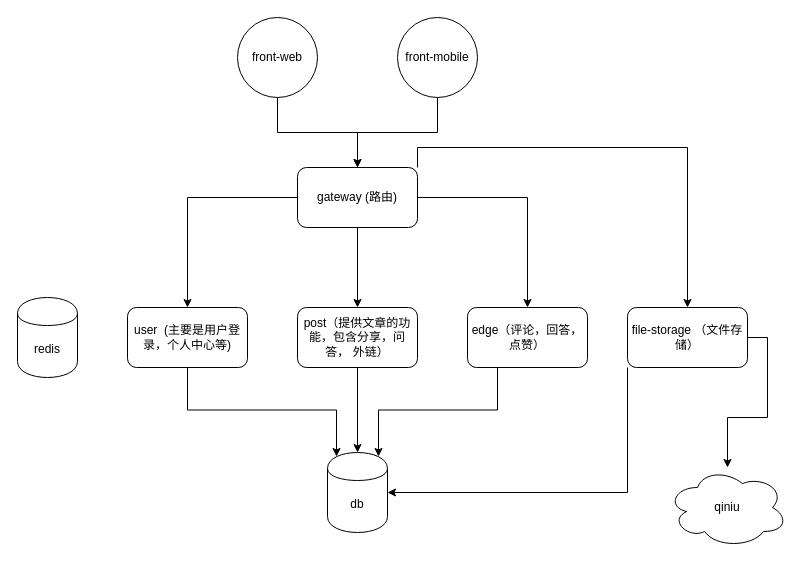
Before: img/workcenter.drawio in Damon-LiuZhiJun/DamonNotes, a draw.io diagram. Source tidied: cells renumbered, new cells numbered last; positions are measured from the earlier drawing's top-left corner, leaving out a move shared by most shapes. Both pictures are drawn from the tidied source at 100%, with x=0, y=0 at pixel (17, 17).
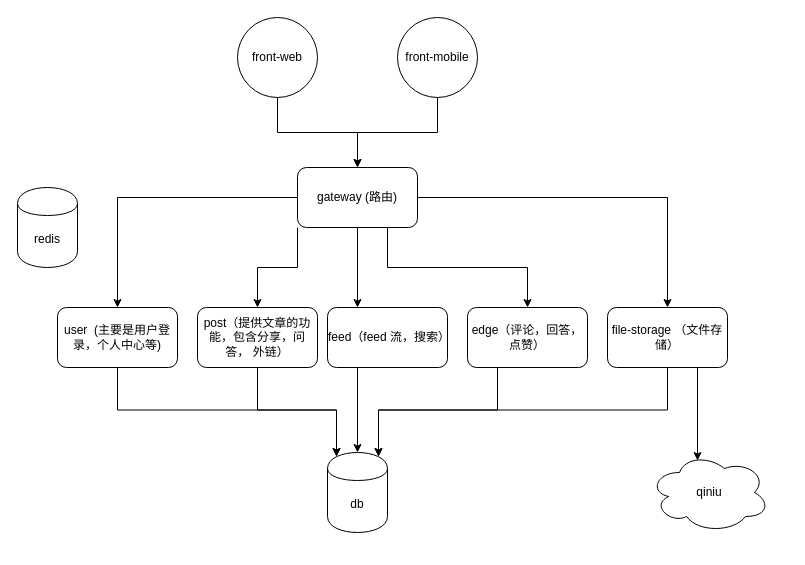
After the change.

Unchanged cells that the change refers to:
```xml
<mxCell id="6" value="gateway (路由)" style="rounded=1;whiteSpace=wrap;html=1;" parent="1" vertex="1">
  <mxGeometry x="280" y="150" width="120" height="60" as="geometry" />
</mxCell>
<mxCell id="8" value="edge（评论，回答，点赞）" style="rounded=1;whiteSpace=wrap;html=1;" parent="1" vertex="1">
  <mxGeometry x="450" y="290" width="120" height="60" as="geometry" />
</mxCell>
<mxCell id="19" value="db" style="shape=cylinder;whiteSpace=wrap;html=1;boundedLbl=1;backgroundOutline=1;" parent="1" vertex="1">
  <mxGeometry x="310" y="435" width="60" height="80" as="geometry" />
</mxCell>
```

Change to the diagram source:
```diff
@@
-    <mxCell id="3" style="edgeStyle=orthogonalEdgeStyle;rounded=0;jettySize=auto;html=1;" parent="1" edge="1" source="6" target="10">
+    <mxCell id="3" style="edgeStyle=orthogonalEdgeStyle;rounded=0;jettySize=auto;html=1;exitX=0;exitY=1;exitDx=0;exitDy=0;" parent="1" edge="1" source="6" target="10">
       <mxGeometry relative="1" as="geometry" />
     </mxCell>
+    <mxCell id="23" style="edgeStyle=orthogonalEdgeStyle;rounded=0;jettySize=auto;html=1;exitX=0.5;exitY=1;exitDx=0;exitDy=0;entryX=0.25;entryY=0;entryDx=0;entryDy=0;" parent="1" edge="1" source="6" target="25">
+      <mxGeometry relative="1" as="geometry" />
+    </mxCell>
-    <mxCell id="4" style="edgeStyle=orthogonalEdgeStyle;rounded=0;jettySize=auto;html=1;" parent="1" edge="1" source="6" target="8">
+    <mxCell id="4" style="edgeStyle=orthogonalEdgeStyle;rounded=0;jettySize=auto;html=1;exitX=0.75;exitY=1;exitDx=0;exitDy=0;entryX=0.5;entryY=0;entryDx=0;entryDy=0;" parent="1" edge="1" source="6" target="8">
       <mxGeometry relative="1" as="geometry" />
     </mxCell>
-    <mxCell id="5" style="edgeStyle=orthogonalEdgeStyle;rounded=0;jettySize=auto;html=1;exitX=1;exitY=0;exitDx=0;exitDy=0;" parent="1" edge="1" source="6" target="22">
+    <mxCell id="5" style="edgeStyle=orthogonalEdgeStyle;rounded=0;jettySize=auto;html=1;exitX=1;exitY=0.5;exitDx=0;exitDy=0;entryX=0.5;entryY=0;entryDx=0;entryDy=0;" parent="1" edge="1" source="6" target="22">
       <mxGeometry relative="1" as="geometry" />
     </mxCell>
@@
-    <mxCell id="9" style="edgeStyle=orthogonalEdgeStyle;rounded=0;jettySize=auto;html=1;exitX=0.5;exitY=1;exitDx=0;exitDy=0;entryX=0.5;entryY=0;entryDx=0;entryDy=0;" parent="1" edge="1" source="10" target="19">
+    <mxCell id="9" style="edgeStyle=orthogonalEdgeStyle;rounded=0;jettySize=auto;html=1;exitX=0.5;exitY=1;exitDx=0;exitDy=0;entryX=0.15;entryY=0.05;entryDx=0;entryDy=0;entryPerimeter=0;" parent="1" edge="1" source="10" target="19">
       <mxGeometry relative="1" as="geometry" />
     </mxCell>
     <mxCell id="10" value="post（提供文章的功能，包含分享，问答， 外链）" style="rounded=1;whiteSpace=wrap;html=1;" parent="1" vertex="1">
-      <mxGeometry x="280" y="290" width="120" height="60" as="geometry" />
+      <mxGeometry x="180" y="290" width="120" height="60" as="geometry" />
     </mxCell>
+    <mxCell id="24" style="edgeStyle=orthogonalEdgeStyle;rounded=0;jettySize=auto;html=1;exitX=0.25;exitY=1;exitDx=0;exitDy=0;" parent="1" edge="1" source="25" target="19">
+      <mxGeometry relative="1" as="geometry" />
+    </mxCell>
+    <mxCell id="25" value="feed（feed 流，搜索）" style="rounded=1;whiteSpace=wrap;html=1;" parent="1" vertex="1">
+      <mxGeometry x="310" y="290" width="120" height="60" as="geometry" />
+    </mxCell>
@@
     <mxCell id="12" value="user&amp;nbsp; (主要是用户登录，个人中心等)" style="rounded=1;whiteSpace=wrap;html=1;" parent="1" vertex="1">
-      <mxGeometry x="110" y="290" width="120" height="60" as="geometry" />
+      <mxGeometry x="40" y="290" width="120" height="60" as="geometry" />
     </mxCell>
@@
     <mxCell id="17" value="redis" style="shape=cylinder;whiteSpace=wrap;html=1;boundedLbl=1;backgroundOutline=1;" parent="1" vertex="1">
-      <mxGeometry y="280" width="60" height="80" as="geometry" />
+      <mxGeometry y="170" width="60" height="80" as="geometry" />
     </mxCell>
     <mxCell id="18" value="qiniu" style="ellipse;shape=cloud;whiteSpace=wrap;html=1;" parent="1" vertex="1">
-      <mxGeometry x="650" y="450" width="120" height="80" as="geometry" />
+      <mxGeometry x="632" y="435" width="120" height="80" as="geometry" />
     </mxCell>
@@
-    <mxCell id="20" style="edgeStyle=orthogonalEdgeStyle;rounded=0;jettySize=auto;html=1;exitX=1;exitY=0.5;exitDx=0;exitDy=0;" parent="1" edge="1" source="22" target="18">
+    <mxCell id="20" style="edgeStyle=orthogonalEdgeStyle;rounded=0;jettySize=auto;html=1;exitX=0.75;exitY=1;exitDx=0;exitDy=0;entryX=0.4;entryY=0.1;entryDx=0;entryDy=0;entryPerimeter=0;" parent="1" edge="1" source="22" target="18">
       <mxGeometry relative="1" as="geometry" />
     </mxCell>
-    <mxCell id="21" style="edgeStyle=orthogonalEdgeStyle;rounded=0;jettySize=auto;html=1;exitX=0;exitY=1;exitDx=0;exitDy=0;entryX=1;entryY=0.5;entryDx=0;entryDy=0;" parent="1" edge="1" source="22" target="19">
+    <mxCell id="21" style="edgeStyle=orthogonalEdgeStyle;rounded=0;jettySize=auto;html=1;exitX=0.5;exitY=1;exitDx=0;exitDy=0;entryX=0.85;entryY=0.05;entryDx=0;entryDy=0;entryPerimeter=0;" parent="1" edge="1" source="22" target="19">
       <mxGeometry relative="1" as="geometry" />
     </mxCell>
     <mxCell id="22" value="file-storage （文件存储）" style="rounded=1;whiteSpace=wrap;html=1;" parent="1" vertex="1">
-      <mxGeometry x="610" y="290" width="120" height="60" as="geometry" />
+      <mxGeometry x="590" y="290" width="120" height="60" as="geometry" />
     </mxCell>
```
